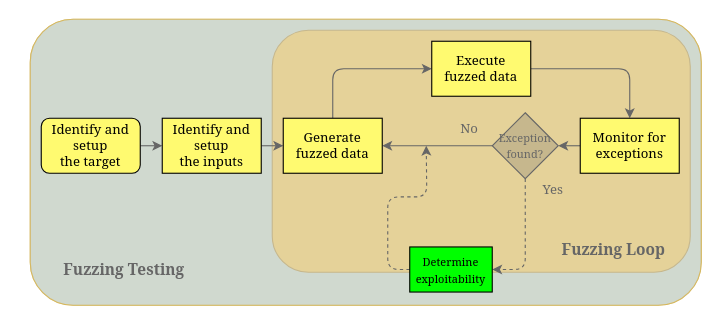
Before: Images/drawio/FuzzingPhases.drawio in behnamarbab/masterthesis, a draw.io diagram. Source tidied: cells renumbered, new cells numbered last; positions are measured from the earlier drawing's top-left corner, leaving out a move shared by most shapes. Both pictures are drawn from the tidied source at 110%, with x=0, y=0 at pixel (30, 19).
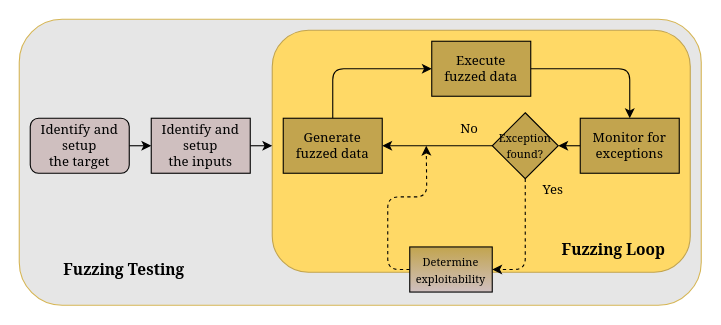
Above is the later version.

Diff of the diagram source:
```diff
@@
-    <mxCell id="2" style="rounded=1;whiteSpace=wrap;html=1;fillColor=#D5E8D4;strokeColor=#d6b656;gradientColor=none;" parent="1" vertex="1">
-      <mxGeometry width="610" height="260" as="geometry" />
+    <mxCell id="2" style="rounded=1;whiteSpace=wrap;html=1;strokeColor=#d6b656;gradientColor=none;fillColor=#E6E6E6;" parent="1" vertex="1">
+      <mxGeometry x="-10" width="620" height="260" as="geometry" />
     </mxCell>
@@
-    <mxCell id="5" style="edgeStyle=orthogonalEdgeStyle;rounded=0;jettySize=auto;html=1;exitX=1;exitY=0.5;exitDx=0;exitDy=0;entryX=0;entryY=0.5;entryDx=0;entryDy=0;" parent="1" edge="1" source="18" target="20">
-      <mxGeometry relative="1" as="geometry" />
+    <mxCell id="5" style="edgeStyle=orthogonalEdgeStyle;rounded=0;jettySize=auto;html=1;exitX=1;exitY=0.5;exitDx=0;exitDy=0;" parent="1" edge="1" source="18">
+      <mxGeometry relative="1" as="geometry">
+        <mxPoint x="220" y="115" as="targetPoint" />
+      </mxGeometry>
     </mxCell>
@@
-    <mxCell id="17" style="rounded=1;whiteSpace=wrap;html=1;strokeColor=#d6b656;gradientColor=none;opacity=50;fillColor=#CCCCCC;" parent="1" vertex="1">
-      <mxGeometry width="610" height="260" as="geometry" />
-    </mxCell>
-    <mxCell id="18" value="&lt;font face=&quot;Georgia&quot;&gt;Identify and setup&lt;br&gt;the inputs&lt;/font&gt;" style="rounded=0;whiteSpace=wrap;html=1;fillColor=#FFFA70;" parent="1" vertex="1">
-      <mxGeometry x="120" y="90" width="90" height="50" as="geometry" />
+    <mxCell id="18" value="&lt;font face=&quot;Georgia&quot;&gt;Identify and setup&lt;br&gt;the inputs&lt;/font&gt;" style="rounded=0;whiteSpace=wrap;html=1;fillColor=#CFBFBF;" parent="1" vertex="1">
+      <mxGeometry x="110" y="90" width="90" height="50" as="geometry" />
     </mxCell>
-    <mxCell id="19" value="&lt;font face=&quot;Georgia&quot;&gt;Identify and setup&lt;br&gt;the target&lt;/font&gt;" style="rounded=1;whiteSpace=wrap;html=1;fillColor=#FFFA70;" parent="1" vertex="1">
-      <mxGeometry x="10" y="90" width="90" height="50" as="geometry" />
+    <mxCell id="19" value="&lt;font face=&quot;Georgia&quot;&gt;Identify and setup&lt;br&gt;the target&lt;/font&gt;" style="rounded=1;whiteSpace=wrap;html=1;fillColor=#CFBFBF;" parent="1" vertex="1">
+      <mxGeometry y="90" width="90" height="50" as="geometry" />
     </mxCell>
-    <mxCell id="20" value="&lt;font face=&quot;Georgia&quot;&gt;Generate&lt;/font&gt;&lt;br&gt;&lt;font face=&quot;Georgia&quot;&gt;fuzzed data&lt;/font&gt;" style="rounded=0;whiteSpace=wrap;html=1;fillColor=#FFFA70;" parent="1" vertex="1">
+    <mxCell id="20" value="&lt;font face=&quot;Georgia&quot;&gt;Generate&lt;/font&gt;&lt;br&gt;&lt;font face=&quot;Georgia&quot;&gt;fuzzed data&lt;/font&gt;" style="rounded=0;whiteSpace=wrap;html=1;fillColor=#C2A44E;" parent="1" vertex="1">
       <mxGeometry x="230" y="90" width="90" height="50" as="geometry" />
     </mxCell>
-    <mxCell id="21" value="&lt;font face=&quot;Georgia&quot;&gt;Execute&lt;br&gt;fuzzed data&lt;/font&gt;" style="rounded=0;whiteSpace=wrap;html=1;fillColor=#FFFA70;" parent="1" vertex="1">
+    <mxCell id="21" value="&lt;font face=&quot;Georgia&quot;&gt;Execute&lt;br&gt;fuzzed data&lt;/font&gt;" style="rounded=0;whiteSpace=wrap;html=1;fillColor=#C2A44E;" parent="1" vertex="1">
       <mxGeometry x="365" y="20" width="90" height="50" as="geometry" />
     </mxCell>
-    <mxCell id="22" value="&lt;font face=&quot;Georgia&quot;&gt;Monitor for&lt;br&gt;exceptions&lt;/font&gt;" style="rounded=0;whiteSpace=wrap;html=1;fillColor=#FFFA70;" parent="1" vertex="1">
+    <mxCell id="22" value="&lt;font face=&quot;Georgia&quot;&gt;Monitor for&lt;br&gt;exceptions&lt;/font&gt;" style="rounded=0;whiteSpace=wrap;html=1;fillColor=#C2A44E;" parent="1" vertex="1">
       <mxGeometry x="500" y="90" width="90" height="50" as="geometry" />
     </mxCell>
-    <mxCell id="23" value="&lt;font style=&quot;font-size: 10px ; line-height: 100%&quot; face=&quot;Georgia&quot;&gt;&lt;font style=&quot;font-size: 10px&quot;&gt;Determine&lt;br&gt;&lt;/font&gt;exploitability&lt;/font&gt;" style="rounded=0;whiteSpace=wrap;html=1;fillColor=#00FF00;" parent="1" vertex="1">
+    <mxCell id="23" value="&lt;font style=&quot;font-size: 10px ; line-height: 100%&quot; face=&quot;Georgia&quot;&gt;&lt;font style=&quot;font-size: 10px&quot;&gt;Determine&lt;br&gt;&lt;/font&gt;exploitability&lt;/font&gt;" style="rounded=0;whiteSpace=wrap;html=1;fillColor=#C2A44E;gradientColor=#CFBFBF;" parent="1" vertex="1">
       <mxGeometry x="345" y="207" width="75" height="41" as="geometry" />
     </mxCell>
```
